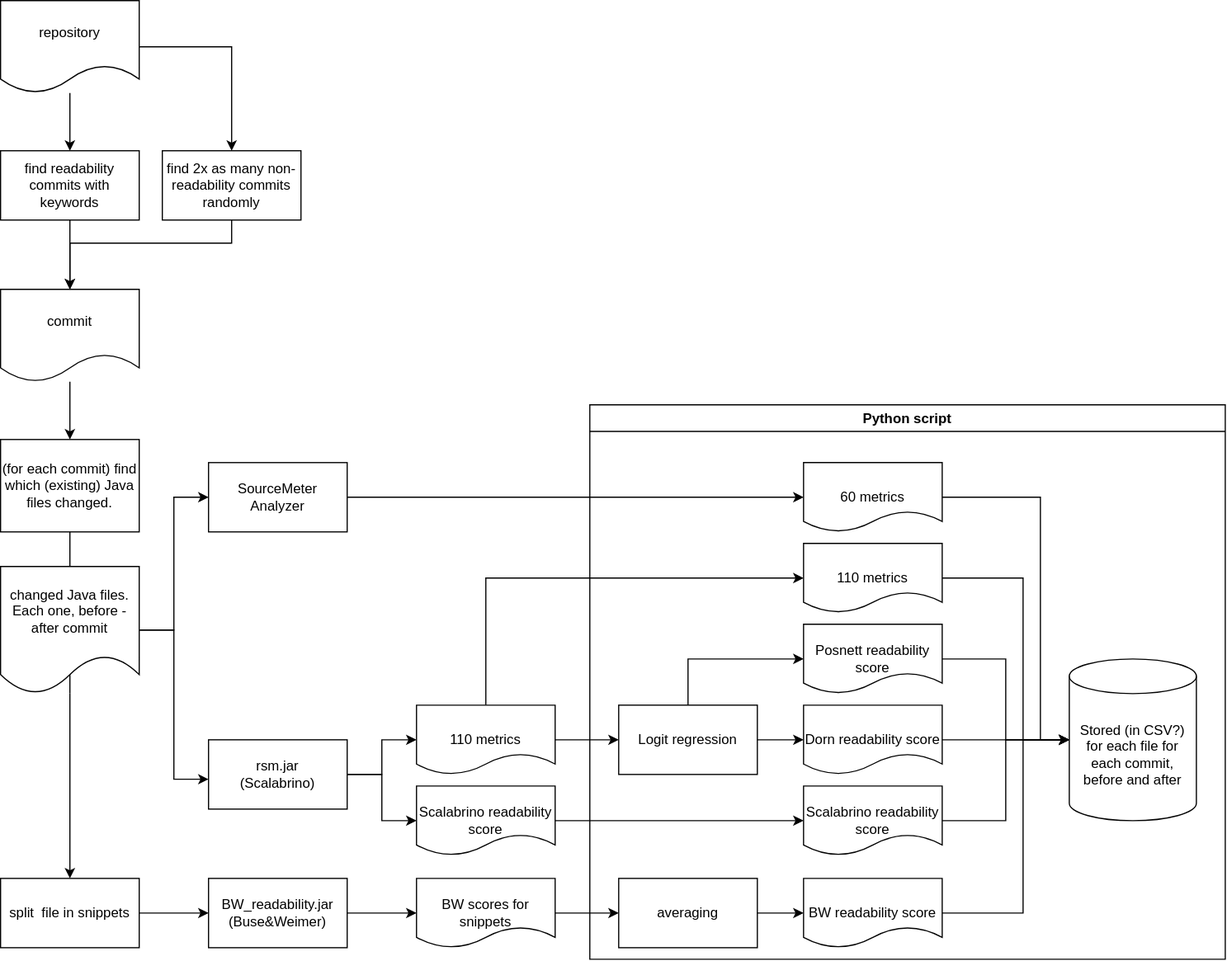
This is Diploma.drawio.svg from robotics-4-all/Readability-Models, a draw.io export, as it was before one commit. Source tidied: cells renumbered, new cells last; positions are measured from the earlier drawing's top-left corner, leaving out a move shared by most shapes.
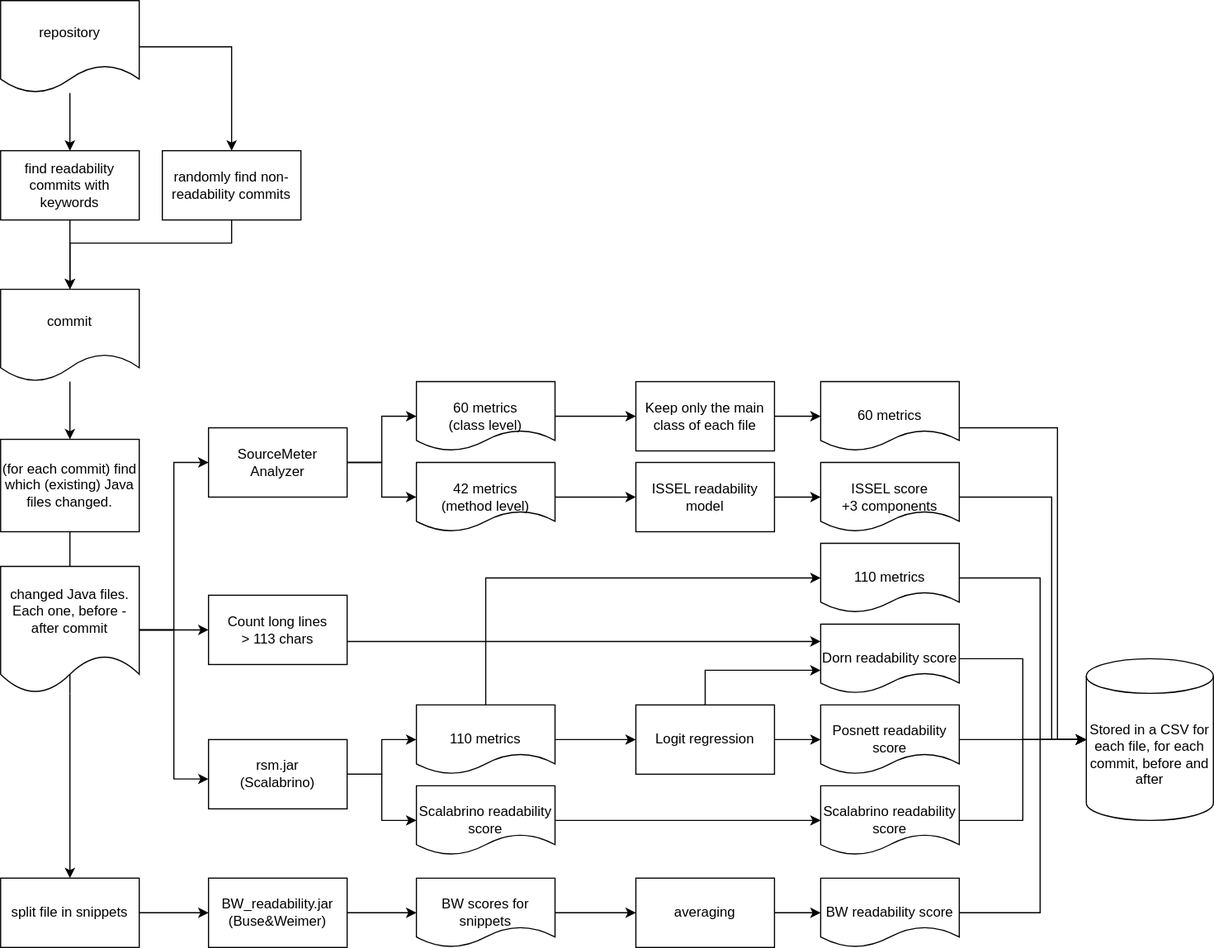
After the change.

Commit message:
Updated the diagram for metrics generation

Change to the diagram source:
```diff
@@ -40,14 +40,17 @@
     <mxCell id="12" style="edgeStyle=orthogonalEdgeStyle;rounded=0;jettySize=auto;html=1;" parent="1" edge="1" source="14" target="47">
       <mxGeometry relative="1" as="geometry" />
     </mxCell>
-    <mxCell id="13" style="edgeStyle=orthogonalEdgeStyle;rounded=0;jettySize=auto;html=1;" parent="1" edge="1" source="14" target="51">
+    <mxCell id="13" style="edgeStyle=orthogonalEdgeStyle;rounded=0;jettySize=auto;html=1;entryX=0;entryY=0.5;entryDx=0;entryDy=0;" parent="1" edge="1" source="14" target="51">
       <mxGeometry relative="1" as="geometry">
         <Array as="points">
           <mxPoint x="150" y="545" />
-          <mxPoint x="150" y="430" />
+          <mxPoint x="150" y="400" />
         </Array>
       </mxGeometry>
     </mxCell>
+    <mxCell id="52" style="edgeStyle=orthogonalEdgeStyle;rounded=0;jettySize=auto;html=1;entryX=0;entryY=0.5;entryDx=0;entryDy=0;" parent="1" edge="1" source="14" target="62">
+      <mxGeometry relative="1" as="geometry" />
+    </mxCell>
     <mxCell id="14" value="&lt;div&gt;changed Java files. Each one, before - after commit&lt;br&gt;&lt;/div&gt;" style="shape=document;whiteSpace=wrap;html=1;boundedLbl=1;" parent="1" vertex="1">
       <mxGeometry y="490" width="120" height="110" as="geometry" />
     </mxCell>
@@ -91,104 +94,161 @@
     <mxCell id="26" value="BW scores for snippets" style="shape=document;whiteSpace=wrap;html=1;" parent="1" vertex="1">
       <mxGeometry x="360" y="760" width="120" height="60" as="geometry" />
     </mxCell>
-    <mxCell id="27" value="Python script" style="swimlane;" parent="1" vertex="1">
-      <mxGeometry x="510" y="350" width="550" height="480" as="geometry" />
-    </mxCell>
+    <mxCell id="46" style="edgeStyle=orthogonalEdgeStyle;rounded=0;jettySize=auto;html=1;" parent="1" edge="1" source="47" target="19">
+      <mxGeometry relative="1" as="geometry" />
+    </mxCell>
+    <mxCell id="47" value="split file in snippets" style="whiteSpace=wrap;html=1;" parent="1" vertex="1">
+      <mxGeometry y="760" width="120" height="60" as="geometry" />
+    </mxCell>
+    <mxCell id="48" style="edgeStyle=orthogonalEdgeStyle;rounded=0;jettySize=auto;html=1;" parent="1" edge="1" source="49" target="8">
+      <mxGeometry relative="1" as="geometry">
+        <Array as="points">
+          <mxPoint x="200" y="210" />
+          <mxPoint x="60" y="210" />
+        </Array>
+      </mxGeometry>
+    </mxCell>
+    <mxCell id="49" value="&lt;div&gt;randomly find non-readability commits&lt;br&gt;&lt;/div&gt;" style="rounded=0;whiteSpace=wrap;html=1;" parent="1" vertex="1">
+      <mxGeometry x="140" y="130" width="120" height="60" as="geometry" />
+    </mxCell>
+    <mxCell id="53" style="edgeStyle=orthogonalEdgeStyle;rounded=0;jettySize=auto;html=1;" parent="1" edge="1" source="51" target="57">
+      <mxGeometry relative="1" as="geometry">
+        <Array as="points">
+          <mxPoint x="330" y="400" />
+          <mxPoint x="330" y="430" />
+        </Array>
+      </mxGeometry>
+    </mxCell>
+    <mxCell id="51" value="SourceMeter Analyzer" style="rounded=0;whiteSpace=wrap;html=1;" parent="1" vertex="1">
+      <mxGeometry x="180" y="370" width="120" height="60" as="geometry" />
+    </mxCell>
-    <mxCell id="28" value="Logit regression" style="whiteSpace=wrap;html=1;rounded=0;" parent="27" vertex="1">
-      <mxGeometry x="25" y="260" width="120" height="60" as="geometry" />
+    <mxCell id="28" value="Logit regression" style="whiteSpace=wrap;html=1;rounded=0;" parent="1" vertex="1">
+      <mxGeometry x="550" y="610" width="120" height="60" as="geometry" />
     </mxCell>
-    <mxCell id="29" style="edgeStyle=orthogonalEdgeStyle;rounded=0;jettySize=auto;html=1;" parent="27" edge="1" source="30" target="43">
+    <mxCell id="29" style="edgeStyle=orthogonalEdgeStyle;rounded=0;jettySize=auto;html=1;" parent="1" edge="1" source="30" target="43">
       <mxGeometry relative="1" as="geometry" />
     </mxCell>
-    <mxCell id="30" value="Dorn readability score" style="shape=document;whiteSpace=wrap;html=1;" parent="27" vertex="1">
-      <mxGeometry x="185" y="260" width="120" height="60" as="geometry" />
+    <mxCell id="30" value="&lt;div&gt;Posnett readability score&lt;/div&gt;" style="shape=document;whiteSpace=wrap;html=1;" parent="1" vertex="1">
+      <mxGeometry x="710" y="610" width="120" height="60" as="geometry" />
     </mxCell>
-    <mxCell id="31" style="edgeStyle=orthogonalEdgeStyle;rounded=0;jettySize=auto;html=1;" parent="27" edge="1" source="28" target="30">
+    <mxCell id="31" style="edgeStyle=orthogonalEdgeStyle;rounded=0;jettySize=auto;html=1;" parent="1" edge="1" source="28" target="30">
       <mxGeometry relative="1" as="geometry" />
     </mxCell>
-    <mxCell id="32" style="edgeStyle=orthogonalEdgeStyle;rounded=0;jettySize=auto;html=1;" parent="27" edge="1" source="33" target="43">
+    <mxCell id="32" style="edgeStyle=orthogonalEdgeStyle;rounded=0;jettySize=auto;html=1;" parent="1" edge="1" source="33" target="43">
       <mxGeometry relative="1" as="geometry" />
     </mxCell>
-    <mxCell id="33" value="Posnett readability score" style="shape=document;whiteSpace=wrap;html=1;" parent="27" vertex="1">
-      <mxGeometry x="185" y="190" width="120" height="60" as="geometry" />
+    <mxCell id="33" value="Dorn readability score" style="shape=document;whiteSpace=wrap;html=1;" parent="1" vertex="1">
+      <mxGeometry x="710" y="540" width="120" height="60" as="geometry" />
     </mxCell>
-    <mxCell id="34" style="edgeStyle=orthogonalEdgeStyle;rounded=0;jettySize=auto;html=1;" parent="27" edge="1" source="28" target="33">
+    <mxCell id="34" style="edgeStyle=orthogonalEdgeStyle;rounded=0;jettySize=auto;html=1;" parent="1" edge="1" source="28" target="33">
       <mxGeometry relative="1" as="geometry">
         <Array as="points">
-          <mxPoint x="85" y="220" />
+          <mxPoint x="610" y="580" />
         </Array>
       </mxGeometry>
     </mxCell>
-    <mxCell id="35" value="&lt;div&gt;averaging&lt;/div&gt;" style="whiteSpace=wrap;html=1;rounded=0;" parent="27" vertex="1">
-      <mxGeometry x="25" y="410" width="120" height="60" as="geometry" />
+    <mxCell id="35" value="&lt;div&gt;averaging&lt;/div&gt;" style="whiteSpace=wrap;html=1;rounded=0;" parent="1" vertex="1">
+      <mxGeometry x="550" y="760" width="120" height="60" as="geometry" />
     </mxCell>
-    <mxCell id="36" style="edgeStyle=orthogonalEdgeStyle;rounded=0;jettySize=auto;html=1;" parent="27" edge="1" source="37" target="43">
+    <mxCell id="36" style="edgeStyle=orthogonalEdgeStyle;rounded=0;jettySize=auto;html=1;" parent="1" edge="1" source="37" target="43">
       <mxGeometry relative="1" as="geometry">
         <Array as="points">
-          <mxPoint x="375" y="440" />
-          <mxPoint x="375" y="290" />
+          <mxPoint x="900" y="790" />
+          <mxPoint x="900" y="640" />
         </Array>
       </mxGeometry>
     </mxCell>
-    <mxCell id="37" value="BW readability score" style="shape=document;whiteSpace=wrap;html=1;" parent="27" vertex="1">
-      <mxGeometry x="185" y="410" width="120" height="60" as="geometry" />
+    <mxCell id="37" value="BW readability score" style="shape=document;whiteSpace=wrap;html=1;" parent="1" vertex="1">
+      <mxGeometry x="710" y="760" width="120" height="60" as="geometry" />
     </mxCell>
-    <mxCell id="38" style="edgeStyle=orthogonalEdgeStyle;rounded=0;jettySize=auto;html=1;" parent="27" edge="1" source="35" target="37">
+    <mxCell id="38" style="edgeStyle=orthogonalEdgeStyle;rounded=0;jettySize=auto;html=1;" parent="1" edge="1" source="35" target="37">
       <mxGeometry relative="1" as="geometry" />
     </mxCell>
-    <mxCell id="39" style="edgeStyle=orthogonalEdgeStyle;rounded=0;jettySize=auto;html=1;" parent="27" edge="1" source="40" target="43">
+    <mxCell id="39" style="edgeStyle=orthogonalEdgeStyle;rounded=0;jettySize=auto;html=1;" parent="1" edge="1" source="40" target="43">
       <mxGeometry relative="1" as="geometry" />
     </mxCell>
-    <mxCell id="40" value="Scalabrino readability score" style="shape=document;whiteSpace=wrap;html=1;" parent="27" vertex="1">
-      <mxGeometry x="185" y="330" width="120" height="60" as="geometry" />
+    <mxCell id="40" value="Scalabrino readability score" style="shape=document;whiteSpace=wrap;html=1;" parent="1" vertex="1">
+      <mxGeometry x="710" y="680" width="120" height="60" as="geometry" />
     </mxCell>
-    <mxCell id="41" style="edgeStyle=orthogonalEdgeStyle;rounded=0;jettySize=auto;html=1;entryX=0;entryY=0.5;entryDx=0;entryDy=0;entryPerimeter=0;" parent="27" edge="1" source="42" target="43">
+    <mxCell id="41" style="edgeStyle=orthogonalEdgeStyle;rounded=0;jettySize=auto;html=1;entryX=0;entryY=0.5;entryDx=0;entryDy=0;entryPerimeter=0;" parent="1" edge="1" source="42" target="43">
       <mxGeometry relative="1" as="geometry">
         <Array as="points">
-          <mxPoint x="375" y="150" />
-          <mxPoint x="375" y="290" />
+          <mxPoint x="900" y="500" />
+          <mxPoint x="900" y="640" />
         </Array>
       </mxGeometry>
     </mxCell>
-    <mxCell id="42" value="110 metrics" style="shape=document;whiteSpace=wrap;html=1;" parent="27" vertex="1">
-      <mxGeometry x="185" y="120" width="120" height="60" as="geometry" />
+    <mxCell id="42" value="110 metrics" style="shape=document;whiteSpace=wrap;html=1;" parent="1" vertex="1">
+      <mxGeometry x="710" y="470" width="120" height="60" as="geometry" />
     </mxCell>
-    <mxCell id="43" value="Stored (in CSV?) for each file for each commit, before and after" style="shape=cylinder3;whiteSpace=wrap;html=1;boundedLbl=1;backgroundOutline=1;size=15;" parent="27" vertex="1">
-      <mxGeometry x="415" y="220" width="110" height="140" as="geometry" />
+    <mxCell id="43" value="Stored in a CSV for each file, for each commit, before and after" style="shape=cylinder3;whiteSpace=wrap;html=1;boundedLbl=1;backgroundOutline=1;size=15;" parent="1" vertex="1">
+      <mxGeometry x="940" y="570" width="110" height="140" as="geometry" />
     </mxCell>
-    <mxCell id="44" value="60 metrics" style="shape=document;whiteSpace=wrap;html=1;" parent="27" vertex="1">
-      <mxGeometry x="185" y="50" width="120" height="60" as="geometry" />
+    <mxCell id="44" value="60 metrics" style="shape=document;whiteSpace=wrap;html=1;" parent="1" vertex="1">
+      <mxGeometry x="710" y="330" width="120" height="60" as="geometry" />
     </mxCell>
-    <mxCell id="45" style="edgeStyle=orthogonalEdgeStyle;rounded=0;jettySize=auto;html=1;entryX=0;entryY=0.5;entryDx=0;entryDy=0;entryPerimeter=0;" parent="27" edge="1" source="44" target="43">
+    <mxCell id="45" style="edgeStyle=orthogonalEdgeStyle;rounded=0;jettySize=auto;html=1;entryX=0;entryY=0.5;entryDx=0;entryDy=0;entryPerimeter=0;" parent="1" edge="1" source="44" target="43">
       <mxGeometry relative="1" as="geometry">
         <Array as="points">
-          <mxPoint x="390" y="80" />
-          <mxPoint x="390" y="290" />
+          <mxPoint x="915" y="370" />
+          <mxPoint x="915" y="640" />
         </Array>
       </mxGeometry>
     </mxCell>
-    <mxCell id="46" style="edgeStyle=orthogonalEdgeStyle;rounded=0;jettySize=auto;html=1;" parent="1" edge="1" source="47" target="19">
-      <mxGeometry relative="1" as="geometry" />
-    </mxCell>
-    <mxCell id="47" value="split&amp;nbsp; file in snippets" style="whiteSpace=wrap;html=1;" parent="1" vertex="1">
-      <mxGeometry y="760" width="120" height="60" as="geometry" />
-    </mxCell>
-    <mxCell id="48" style="edgeStyle=orthogonalEdgeStyle;rounded=0;jettySize=auto;html=1;" parent="1" edge="1" source="49" target="8">
-      <mxGeometry relative="1" as="geometry">
-        <Array as="points">
-          <mxPoint x="200" y="210" />
-          <mxPoint x="60" y="210" />
-        </Array>
-      </mxGeometry>
-    </mxCell>
-    <mxCell id="49" value="&lt;div&gt;find 2x as many non-readability commits randomly&lt;br&gt;&lt;/div&gt;" style="rounded=0;whiteSpace=wrap;html=1;" parent="1" vertex="1">
-      <mxGeometry x="140" y="130" width="120" height="60" as="geometry" />
-    </mxCell>
-    <mxCell id="50" style="edgeStyle=orthogonalEdgeStyle;rounded=0;jettySize=auto;html=1;entryX=0;entryY=0.5;entryDx=0;entryDy=0;" parent="1" edge="1" source="51" target="44">
-      <mxGeometry relative="1" as="geometry" />
-    </mxCell>
-    <mxCell id="51" value="SourceMeter Analyzer" style="rounded=0;whiteSpace=wrap;html=1;" parent="1" vertex="1">
-      <mxGeometry x="180" y="400" width="120" height="60" as="geometry" />
-    </mxCell>
+    <mxCell id="54" style="edgeStyle=orthogonalEdgeStyle;rounded=0;jettySize=auto;html=1;entryX=0;entryY=0.5;entryDx=0;entryDy=0;" parent="1" edge="1" source="55" target="66">
+      <mxGeometry relative="1" as="geometry" />
+    </mxCell>
+    <mxCell id="55" value="&lt;div&gt;60 metrics&lt;/div&gt;&lt;div&gt;(class level)&lt;br&gt;&lt;/div&gt;" style="shape=document;whiteSpace=wrap;html=1;" parent="1" vertex="1">
+      <mxGeometry x="360" y="330" width="120" height="60" as="geometry" />
+    </mxCell>
+    <mxCell id="56" style="edgeStyle=orthogonalEdgeStyle;rounded=0;jettySize=auto;html=1;" parent="1" edge="1" source="57" target="60">
+      <mxGeometry relative="1" as="geometry" />
+    </mxCell>
+    <mxCell id="57" value="&lt;div&gt;42 metrics&lt;/div&gt;&lt;div&gt;(method level)&lt;br&gt;&lt;/div&gt;" style="shape=document;whiteSpace=wrap;html=1;" parent="1" vertex="1">
+      <mxGeometry x="360" y="400" width="120" height="60" as="geometry" />
+    </mxCell>
+    <mxCell id="58" style="edgeStyle=orthogonalEdgeStyle;rounded=0;jettySize=auto;html=1;entryX=0;entryY=0.5;entryDx=0;entryDy=0;" parent="1" edge="1" target="55">
+      <mxGeometry relative="1" as="geometry">
+        <mxPoint x="300" y="400" as="sourcePoint" />
+        <Array as="points">
+          <mxPoint x="330" y="400" />
+          <mxPoint x="330" y="360" />
+        </Array>
+      </mxGeometry>
+    </mxCell>
+    <mxCell id="59" style="edgeStyle=orthogonalEdgeStyle;rounded=0;jettySize=auto;html=1;" parent="1" edge="1" source="60" target="64">
+      <mxGeometry relative="1" as="geometry" />
+    </mxCell>
+    <mxCell id="60" value="ISSEL readability model" style="whiteSpace=wrap;html=1;" parent="1" vertex="1">
+      <mxGeometry x="550" y="400" width="120" height="60" as="geometry" />
+    </mxCell>
+    <mxCell id="61" style="edgeStyle=orthogonalEdgeStyle;rounded=0;jettySize=auto;html=1;entryX=0;entryY=0.25;entryDx=0;entryDy=0;" parent="1" edge="1" source="62" target="33">
+      <mxGeometry relative="1" as="geometry">
+        <Array as="points">
+          <mxPoint x="410" y="555" />
+          <mxPoint x="410" y="555" />
+        </Array>
+      </mxGeometry>
+    </mxCell>
+    <mxCell id="62" value="&lt;div&gt;Count long lines&lt;/div&gt;&lt;div&gt;&amp;gt; 113 chars&lt;br&gt;&lt;/div&gt;" style="rounded=0;whiteSpace=wrap;html=1;" parent="1" vertex="1">
+      <mxGeometry x="180" y="515" width="120" height="60" as="geometry" />
+    </mxCell>
+    <mxCell id="63" style="edgeStyle=orthogonalEdgeStyle;rounded=0;jettySize=auto;html=1;entryX=0;entryY=0.5;entryDx=0;entryDy=0;entryPerimeter=0;" parent="1" edge="1" source="64" target="43">
+      <mxGeometry relative="1" as="geometry">
+        <Array as="points">
+          <mxPoint x="910" y="430" />
+          <mxPoint x="910" y="640" />
+        </Array>
+      </mxGeometry>
+    </mxCell>
+    <mxCell id="64" value="&lt;div&gt;ISSEL score&lt;/div&gt;&lt;div&gt;+3 components&lt;/div&gt;" style="shape=document;whiteSpace=wrap;html=1;" parent="1" vertex="1">
+      <mxGeometry x="710" y="400" width="120" height="60" as="geometry" />
+    </mxCell>
+    <mxCell id="65" style="edgeStyle=orthogonalEdgeStyle;rounded=0;jettySize=auto;html=1;" parent="1" edge="1" source="66" target="44">
+      <mxGeometry relative="1" as="geometry" />
+    </mxCell>
+    <mxCell id="66" value="Keep only the main class of each file" style="whiteSpace=wrap;html=1;" parent="1" vertex="1">
+      <mxGeometry x="550" y="330" width="120" height="60" as="geometry" />
+    </mxCell>
   </root>
 </mxGraphModel>
```
